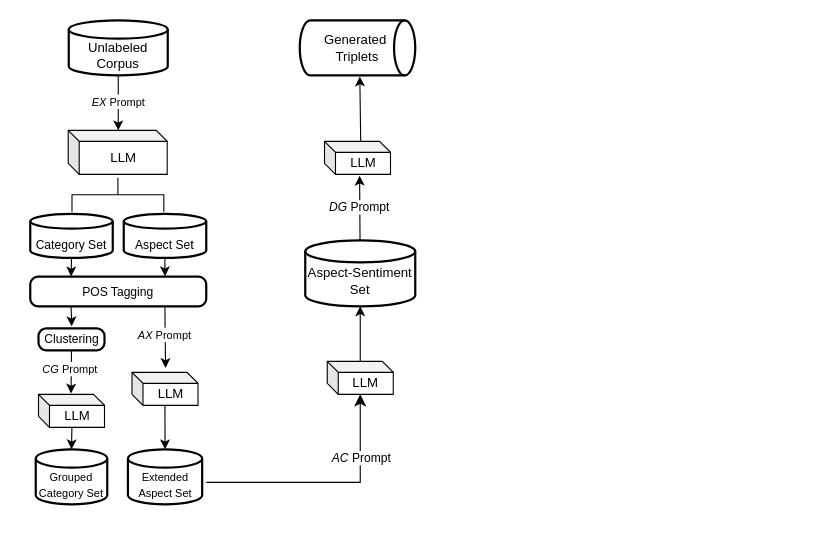
sara-kaczmarek/LLMB4ABSC keeps this draw.io diagram as Untitled Diagram.drawio. Above is the earlier version. Source tidied: cells renumbered, new cells numbered last; positions are measured from the earlier drawing's top-left corner, leaving out a move shared by most shapes. Both pictures are drawn from the tidied source at 110%, with x=0, y=0 at pixel (30, 20).
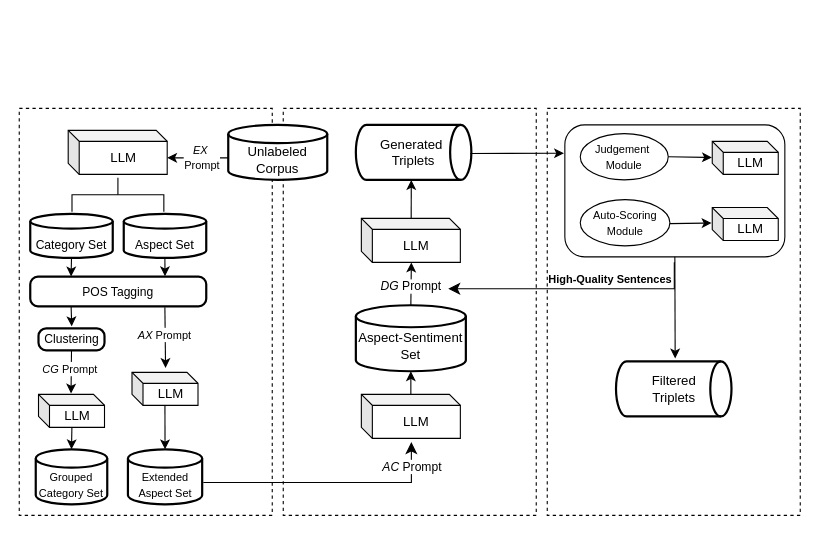
Above is the later version.

Unchanged cells that the change refers to:
```xml
<mxCell id="2" value="LLM" style="shape=cube;whiteSpace=wrap;html=1;boundedLbl=1;backgroundOutline=1;darkOpacity=0.05;darkOpacity2=0.1;size=10;rounded=1;" parent="1" vertex="1">
  <mxGeometry x="34.5" y="100" width="90" height="40" as="geometry" />
</mxCell>
<mxCell id="17" value="&lt;div&gt;&lt;font style=&quot;background-color: transparent; color: light-dark(rgb(0, 0, 0), rgb(255, 255, 255)); font-size: 11px;&quot;&gt;&lt;br&gt;&lt;/font&gt;&lt;/div&gt;&lt;div&gt;&lt;font style=&quot;background-color: transparent; color: light-dark(rgb(0, 0, 0), rgb(255, 255, 255)); font-size: 10px;&quot;&gt;Extended&lt;/font&gt;&lt;/div&gt;&lt;div&gt;&lt;font style=&quot;font-size: 10px; background-color: transparent; color: light-dark(rgb(0, 0, 0), rgb(255, 255, 255));&quot;&gt;Aspect Se&lt;/font&gt;&lt;span style=&quot;font-size: 10px; background-color: transparent; color: light-dark(rgb(0, 0, 0), rgb(255, 255, 255));&quot;&gt;t&lt;/span&gt;&lt;/div&gt;" style="strokeWidth=2;html=1;shape=mxgraph.flowchart.database;whiteSpace=wrap;rounded=1;" parent="1" vertex="1">
  <mxGeometry x="88.8" y="390" width="67.5" height="50" as="geometry" />
</mxCell>
```

Diff of the diagram source:
```diff
@@
+    <mxCell id="34" style="rounded=0;whiteSpace=wrap;html=1;fillColor=none;dashed=1;" parent="1" vertex="1">
+      <mxGeometry x="-10" y="80" width="230" height="370" as="geometry" />
+    </mxCell>
+    <mxCell id="35" style="rounded=0;whiteSpace=wrap;html=1;fillColor=none;dashed=1;" parent="1" vertex="1">
+      <mxGeometry x="230" y="80" width="230" height="370" as="geometry" />
+    </mxCell>
+    <mxCell id="36" style="rounded=0;whiteSpace=wrap;html=1;fillColor=none;dashed=1;" parent="1" vertex="1">
+      <mxGeometry x="470" y="80" width="230" height="370" as="geometry" />
+    </mxCell>
@@
     <mxCell id="3" value="&lt;div&gt;&lt;br&gt;&lt;/div&gt;&lt;div&gt;&lt;span style=&quot;background-color: transparent; color: light-dark(rgb(0, 0, 0), rgb(255, 255, 255));&quot;&gt;Unlabeled Corpus&lt;/span&gt;&lt;/div&gt;" style="strokeWidth=2;html=1;shape=mxgraph.flowchart.database;whiteSpace=wrap;rounded=1;" parent="1" vertex="1">
-      <mxGeometry x="35" width="90" height="50" as="geometry" />
+      <mxGeometry x="180" y="95" width="90" height="50" as="geometry" />
     </mxCell>
-    <mxCell id="4" style="endArrow=classic;html=1;rounded=1;exitX=0.5;exitY=1;exitDx=0;exitDy=0;exitPerimeter=0;" parent="1" edge="1" source="3">
-      <mxGeometry relative="1" as="geometry">
-        <mxPoint x="80" y="100" as="targetPoint" />
-      </mxGeometry>
+    <mxCell id="4" value="&lt;div&gt;&lt;br&gt;&lt;/div&gt;&lt;div&gt;&lt;br&gt;&lt;/div&gt;" style="endArrow=classic;html=1;rounded=1;exitX=0;exitY=0.6;exitDx=0;exitDy=0;exitPerimeter=0;entryX=0;entryY=0;entryDx=90;entryDy=25;entryPerimeter=0;" parent="1" edge="1" source="3" target="2">
+      <mxGeometry relative="1" as="geometry" />
     </mxCell>
-    <mxCell id="5" value="&lt;font style=&quot;font-size: 10px;&quot;&gt;&lt;i&gt;EX&lt;/i&gt; Prompt&lt;/font&gt;" style="edgeLabel;html=1;align=center;verticalAlign=middle;rounded=1;" parent="4" vertex="1">
+    <mxCell id="5" value="&lt;font style=&quot;font-size: 10px;&quot;&gt;&lt;i&gt;EX&lt;/i&gt;&amp;nbsp;&lt;/font&gt;&lt;div&gt;&lt;font style=&quot;font-size: 10px;&quot;&gt;Prompt&lt;/font&gt;&lt;/div&gt;" style="edgeLabel;html=1;align=center;verticalAlign=middle;rounded=1;" parent="4" vertex="1">
       <mxGeometry x="-0.1" y="-1" relative="1" as="geometry" />
     </mxCell>
@@
     <mxCell id="9" value="Generated&amp;nbsp;&lt;div&gt;Triplets&lt;/div&gt;" style="strokeWidth=2;html=1;shape=mxgraph.flowchart.direct_data;whiteSpace=wrap;rounded=1;" parent="1" vertex="1">
-      <mxGeometry x="245" width="105" height="50" as="geometry" />
+      <mxGeometry x="296" y="95" width="105" height="50" as="geometry" />
     </mxCell>
@@
     <mxCell id="25" value="&lt;div&gt;&lt;br&gt;&lt;/div&gt;&lt;div&gt;Aspect-Sentiment&lt;/div&gt;&lt;div&gt;Set&lt;/div&gt;" style="strokeWidth=2;html=1;shape=mxgraph.flowchart.database;whiteSpace=wrap;rounded=1;" parent="1" vertex="1">
-      <mxGeometry x="250" y="200" width="100" height="60" as="geometry" />
+      <mxGeometry x="296" y="259" width="100" height="60" as="geometry" />
     </mxCell>
-    <mxCell id="26" style="endArrow=classic;html=1;rounded=1;entryX=0.5;entryY=1;entryDx=0;entryDy=0;entryPerimeter=0;" parent="1" edge="1" source="30" target="25">
-      <mxGeometry relative="1" as="geometry" />
+    <mxCell id="26" style="endArrow=classic;html=1;rounded=1;entryX=0.5;entryY=1;entryDx=0;entryDy=0;entryPerimeter=0;" parent="1" edge="1">
+      <mxGeometry relative="1" as="geometry">
+        <mxPoint x="346" y="341" as="sourcePoint" />
+        <mxPoint x="346" y="319" as="targetPoint" />
+      </mxGeometry>
     </mxCell>
-    <mxCell id="27" style="endArrow=classic;html=1;rounded=1;entryX=0.532;entryY=1.041;entryDx=0;entryDy=0;entryPerimeter=0;" parent="1" edge="1" target="29">
-      <mxGeometry relative="1" as="geometry">
-        <mxPoint x="299.8" y="200" as="sourcePoint" />
-      </mxGeometry>
+    <mxCell id="27" style="endArrow=classic;html=1;rounded=1;entryX=0.505;entryY=1.003;entryDx=0;entryDy=0;entryPerimeter=0;exitX=0.5;exitY=0;exitDx=0;exitDy=0;exitPerimeter=0;" parent="1" edge="1" source="25" target="39">
+      <mxGeometry relative="1" as="geometry" />
     </mxCell>
     <mxCell id="28" value="&lt;i&gt;DG&lt;/i&gt; Prompt" style="edgeLabel;html=1;align=center;verticalAlign=middle;rounded=1;" parent="27" vertex="1">
-      <mxGeometry x="0.05" y="1" relative="1" as="geometry" />
+      <mxGeometry x="0.05" y="1" relative="1" as="geometry">
+        <mxPoint y="3" as="offset" />
+      </mxGeometry>
     </mxCell>
-    <mxCell id="29" value="LLM" style="shape=cube;whiteSpace=wrap;html=1;boundedLbl=1;backgroundOutline=1;darkOpacity=0.05;darkOpacity2=0.1;size=10;rounded=1;" parent="1" vertex="1">
-      <mxGeometry x="267.5" y="110" width="60" height="30" as="geometry" />
-    </mxCell>
-    <mxCell id="30" value="LLM" style="shape=cube;whiteSpace=wrap;html=1;boundedLbl=1;backgroundOutline=1;darkOpacity=0.05;darkOpacity2=0.1;size=10;rounded=1;" parent="1" vertex="1">
-      <mxGeometry x="270" y="310" width="60" height="30" as="geometry" />
-    </mxCell>
-    <mxCell id="31" style="edgeStyle=segmentEdgeStyle;endArrow=classic;html=1;curved=0;rounded=0;endSize=8;startSize=8;" parent="1" edge="1">
-      <mxGeometry relative="1" as="geometry">
-        <mxPoint x="160" y="420" as="sourcePoint" />
-        <mxPoint x="300" y="340" as="targetPoint" />
-      </mxGeometry>
+    <mxCell id="31" style="edgeStyle=segmentEdgeStyle;endArrow=classic;html=1;curved=0;rounded=0;endSize=8;startSize=8;exitX=1.015;exitY=0.602;exitDx=0;exitDy=0;exitPerimeter=0;entryX=0.505;entryY=1.084;entryDx=0;entryDy=0;entryPerimeter=0;" parent="1" edge="1" source="17" target="38">
+      <mxGeometry relative="1" as="geometry" />
     </mxCell>
     <mxCell id="32" value="&lt;i&gt;AC &lt;/i&gt;Prompt" style="edgeLabel;html=1;align=center;verticalAlign=middle;rounded=1;" parent="31" vertex="1">
-      <mxGeometry x="0.48" relative="1" as="geometry" />
+      <mxGeometry x="0.48" relative="1" as="geometry">
+        <mxPoint x="22" y="-15" as="offset" />
+      </mxGeometry>
     </mxCell>
-    <mxCell id="33" style="endArrow=classic;html=1;rounded=1;entryX=0.532;entryY=1.041;entryDx=0;entryDy=0;entryPerimeter=0;" parent="1" edge="1">
+    <mxCell id="33" style="endArrow=classic;html=1;rounded=1;exitX=0.5;exitY=-0.02;exitDx=0;exitDy=0;exitPerimeter=0;entryX=0.48;entryY=1.003;entryDx=0;entryDy=0;entryPerimeter=0;" parent="1" edge="1" target="9">
       <mxGeometry relative="1" as="geometry">
-        <mxPoint x="300.4" y="110" as="sourcePoint" />
-        <mxPoint x="299.6" y="51" as="targetPoint" />
+        <mxPoint x="346.3" y="180" as="sourcePoint" />
       </mxGeometry>
     </mxCell>
+    <mxCell id="37" value="Filtered&lt;div&gt;Triplets&lt;/div&gt;" style="strokeWidth=2;html=1;shape=mxgraph.flowchart.direct_data;whiteSpace=wrap;rounded=1;" parent="1" vertex="1">
+      <mxGeometry x="532.5" y="310" width="105" height="50" as="geometry" />
+    </mxCell>
+    <mxCell id="38" value="LLM" style="shape=cube;whiteSpace=wrap;html=1;boundedLbl=1;backgroundOutline=1;darkOpacity=0.05;darkOpacity2=0.1;size=10;rounded=1;" parent="1" vertex="1">
+      <mxGeometry x="301" y="340" width="90" height="40" as="geometry" />
+    </mxCell>
+    <mxCell id="39" value="LLM" style="shape=cube;whiteSpace=wrap;html=1;boundedLbl=1;backgroundOutline=1;darkOpacity=0.05;darkOpacity2=0.1;size=10;rounded=1;" parent="1" vertex="1">
+      <mxGeometry x="301" y="180" width="90" height="40" as="geometry" />
+    </mxCell>
+    <mxCell id="40" style="rounded=1;whiteSpace=wrap;html=1;fillColor=none;" parent="1" vertex="1">
+      <mxGeometry x="486" y="95" width="200" height="120" as="geometry" />
+    </mxCell>
+    <mxCell id="41" style="edgeStyle=segmentEdgeStyle;endArrow=classic;html=1;curved=0;rounded=0;endSize=8;startSize=8;" parent="1" edge="1">
+      <mxGeometry relative="1" as="geometry">
+        <mxPoint x="585.5" y="220" as="sourcePoint" />
+        <mxPoint x="380" y="244" as="targetPoint" />
+        <Array as="points">
+          <mxPoint x="585" y="244" />
+        </Array>
+      </mxGeometry>
+    </mxCell>
+    <mxCell id="42" style="endArrow=classic;html=1;rounded=1;entryX=0.503;entryY=-0.052;entryDx=0;entryDy=0;entryPerimeter=0;exitX=0.5;exitY=1;exitDx=0;exitDy=0;" parent="1" edge="1">
+      <mxGeometry relative="1" as="geometry">
+        <mxPoint x="586" y="215" as="sourcePoint" />
+        <mxPoint x="586.3" y="307.4" as="targetPoint" />
+      </mxGeometry>
+    </mxCell>
+    <mxCell id="43" value="LLM" style="shape=cube;whiteSpace=wrap;html=1;boundedLbl=1;backgroundOutline=1;darkOpacity=0.05;darkOpacity2=0.1;size=10;rounded=1;" parent="1" vertex="1">
+      <mxGeometry x="620" y="110" width="60" height="30" as="geometry" />
+    </mxCell>
+    <mxCell id="44" value="LLM" style="shape=cube;whiteSpace=wrap;html=1;boundedLbl=1;backgroundOutline=1;darkOpacity=0.05;darkOpacity2=0.1;size=10;rounded=1;" parent="1" vertex="1">
+      <mxGeometry x="620" y="170.2" width="60" height="30" as="geometry" />
+    </mxCell>
+    <mxCell id="45" value="&lt;font style=&quot;font-size: 10px;&quot;&gt;Judgement&amp;nbsp;&lt;/font&gt;&lt;div&gt;&lt;font style=&quot;font-size: 10px;&quot;&gt;Module&lt;/font&gt;&lt;/div&gt;" style="ellipse;whiteSpace=wrap;html=1;rounded=1;" parent="1" vertex="1">
+      <mxGeometry x="500" y="103" width="80" height="42" as="geometry" />
+    </mxCell>
+    <mxCell id="46" value="&lt;font style=&quot;font-size: 10px;&quot;&gt;Auto-Scoring Module&lt;/font&gt;" style="ellipse;whiteSpace=wrap;html=1;rounded=1;" parent="1" vertex="1">
+      <mxGeometry x="500" y="163" width="81.5" height="42" as="geometry" />
+    </mxCell>
+    <mxCell id="47" style="endArrow=classic;html=1;rounded=1;entryX=-0.004;entryY=0.215;entryDx=0;entryDy=0;entryPerimeter=0;" parent="1" edge="1" target="40">
+      <mxGeometry relative="1" as="geometry">
+        <mxPoint x="400" y="121" as="sourcePoint" />
+      </mxGeometry>
+    </mxCell>
+    <mxCell id="48" style="endArrow=classic;html=1;rounded=1;exitX=1;exitY=0.5;exitDx=0;exitDy=0;entryX=-0.005;entryY=0.488;entryDx=0;entryDy=0;entryPerimeter=0;" parent="1" edge="1" source="45" target="43">
+      <mxGeometry relative="1" as="geometry" />
+    </mxCell>
+    <mxCell id="49" style="endArrow=classic;html=1;rounded=1;exitX=1;exitY=0.5;exitDx=0;exitDy=0;entryX=-0.011;entryY=0.469;entryDx=0;entryDy=0;entryPerimeter=0;" parent="1" edge="1" target="44">
+      <mxGeometry relative="1" as="geometry">
+        <mxPoint x="581.5" y="184.8" as="sourcePoint" />
+      </mxGeometry>
+    </mxCell>
+    <mxCell id="50" value="&lt;b&gt;High-Quality Sentences&lt;/b&gt;" style="text;html=1;align=center;verticalAlign=middle;strokeColor=none;fillColor=none;fontSize=10;fillStyle=auto;" parent="1" vertex="1">
+      <mxGeometry x="457" y="220" width="140" height="30" as="geometry" />
+    </mxCell>
```
